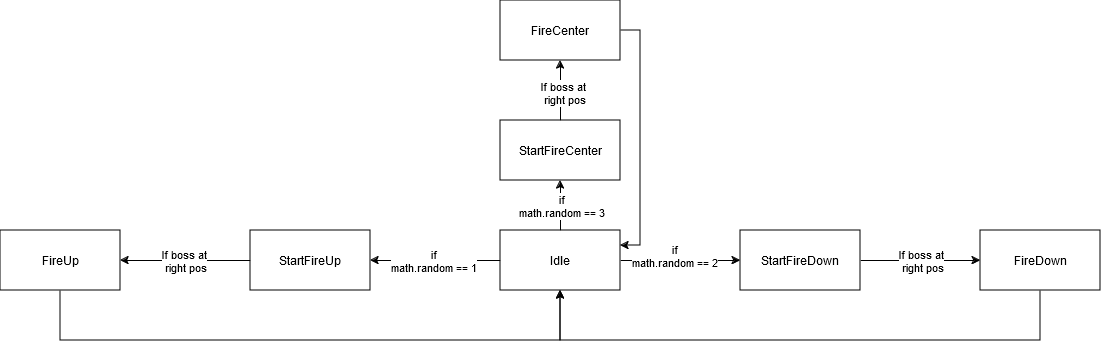
Before: doc/BossStateMachine.drawio.png, a diagram exported from draw.io (NicolasDuchenne/SimpleSpaceShooter). Source tidied: cells renumbered, new cells last; positions are measured from the earlier drawing's top-left corner, leaving out a move shared by most shapes.
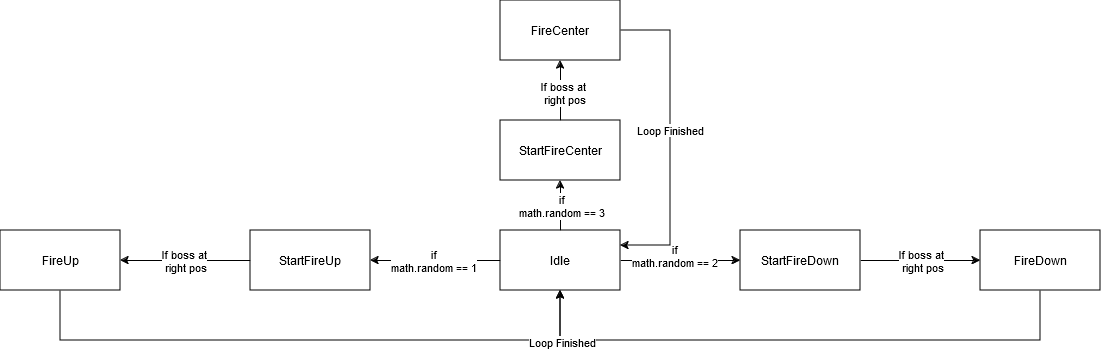
The same file after the commit.

Commit message:
update boss state machine doc

Diff of the diagram source:
```diff
@@ -58,6 +58,9 @@
         </Array>
       </mxGeometry>
     </mxCell>
+    <mxCell id="24" value="Loop Finished" style="edgeLabel;html=1;align=center;verticalAlign=middle;" parent="15" vertex="1">
+      <mxGeometry x="0.82" y="1" relative="1" as="geometry" />
+    </mxCell>
     <mxCell id="16" value="FireDown" style="rounded=0;whiteSpace=wrap;html=1;" parent="1" vertex="1">
       <mxGeometry x="980" y="230" width="120" height="60" as="geometry" />
     </mxCell>
@@ -81,13 +84,18 @@
     <mxCell id="22" style="edgeStyle=orthogonalEdgeStyle;rounded=0;jettySize=auto;html=1;entryX=1;entryY=0.25;entryDx=0;entryDy=0;" parent="1" edge="1" source="23" target="7">
       <mxGeometry relative="1" as="geometry">
         <Array as="points">
-          <mxPoint x="640" y="30" />
-          <mxPoint x="640" y="245" />
+          <mxPoint x="670" y="30" />
+          <mxPoint x="670" y="245" />
         </Array>
       </mxGeometry>
     </mxCell>
     <mxCell id="23" value="FireCenter" style="rounded=0;whiteSpace=wrap;html=1;" parent="1" vertex="1">
       <mxGeometry x="500" width="120" height="60" as="geometry" />
     </mxCell>
+    <mxCell id="25" value="Loop Finished" style="edgeLabel;html=1;align=center;verticalAlign=middle;" parent="1" vertex="1">
+      <mxGeometry x="590" y="351" as="geometry">
+        <mxPoint x="79" y="-222" as="offset" />
+      </mxGeometry>
+    </mxCell>
   </root>
 </mxGraphModel>
```
